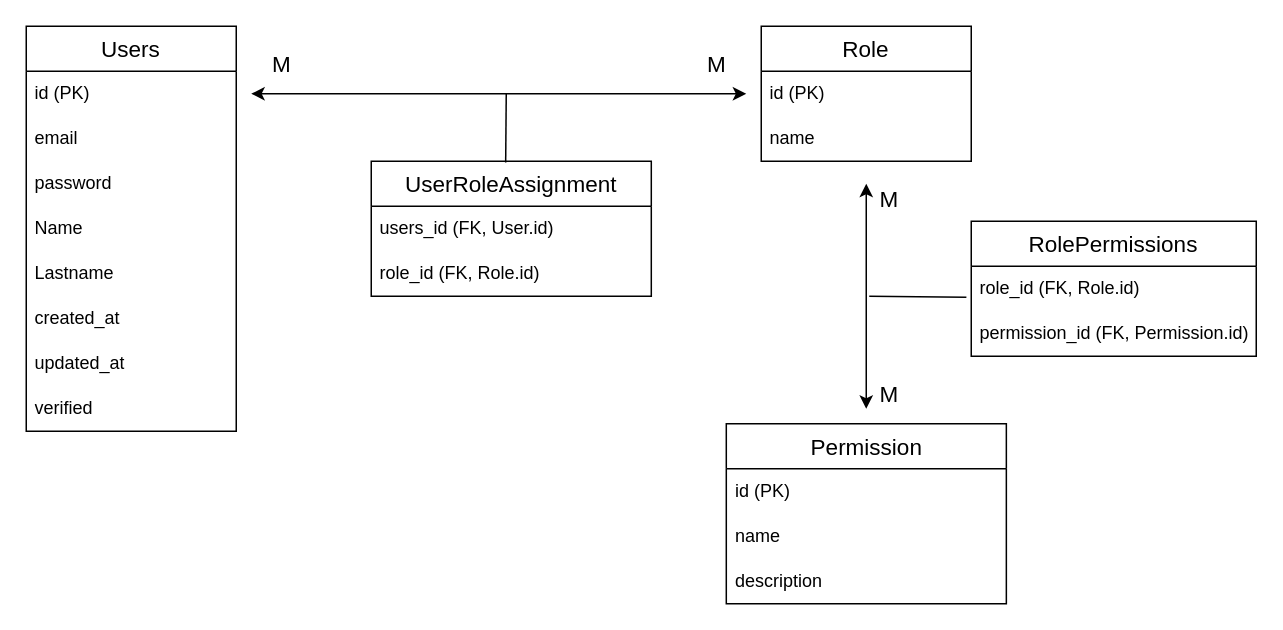
This is Base de datos/AuthService/MER AuthServiceDB.drawio from moises-ph/Nodens-documentacion, a draw.io file, before an edit. Source tidied: cells renumbered, new cells numbered last; positions are measured from the earlier drawing's top-left corner, leaving out a move shared by most shapes. Both pictures are drawn from the tidied source at 150%, with x=0, y=0 at pixel (26, 26).
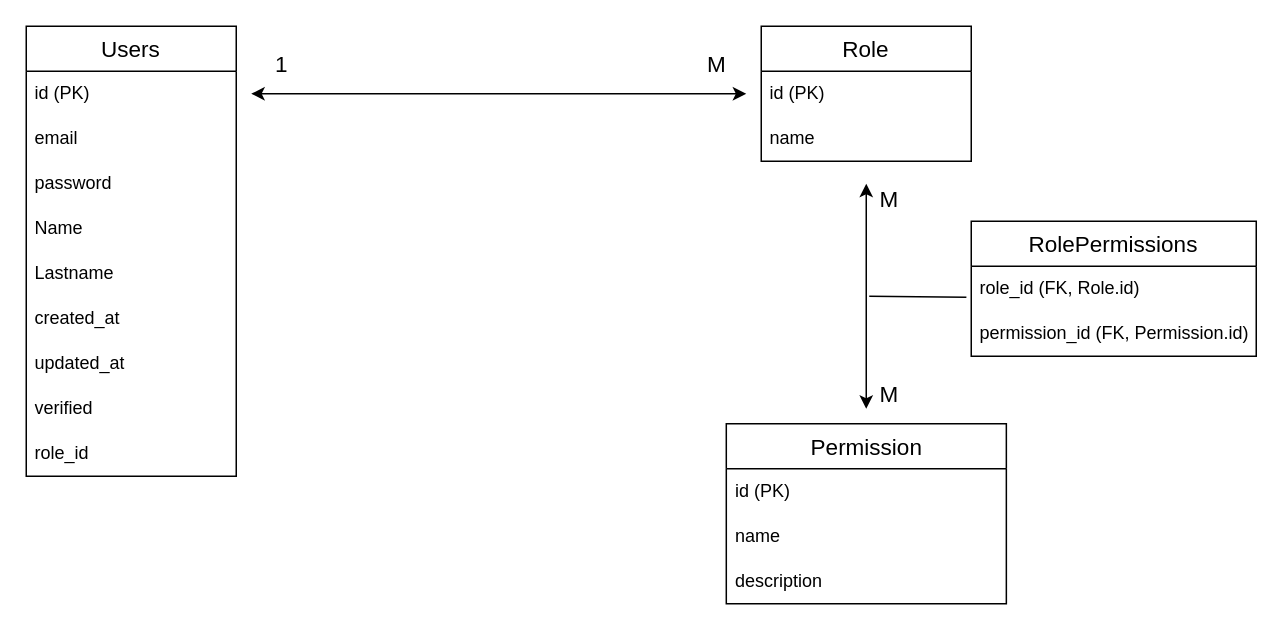
After the change.

Change to the diagram source:
```diff
@@
     <mxCell id="2" value="Users" style="swimlane;fontStyle=0;horizontal=1;startSize=30;whiteSpace=wrap;html=1;fontSize=15;" parent="1" vertex="1">
-      <mxGeometry width="140" height="270" as="geometry" />
+      <mxGeometry width="140" height="300" as="geometry" />
     </mxCell>
@@
+    <mxCell id="32" value="role_id" style="text;strokeColor=none;fillColor=none;align=left;verticalAlign=middle;spacingLeft=4;spacingRight=4;overflow=hidden;whiteSpace=wrap;html=1;" parent="2" vertex="1">
+      <mxGeometry y="270" width="140" height="30" as="geometry" />
+    </mxCell>
@@
-    <mxCell id="14" value="UserRoleAssignment" style="swimlane;fontStyle=0;horizontal=1;startSize=30;whiteSpace=wrap;html=1;fontSize=15;" parent="1" vertex="1">
-      <mxGeometry x="230" y="90" width="186.7" height="90" as="geometry" />
-    </mxCell>
-    <mxCell id="15" value="users_id (FK, User.id)" style="text;strokeColor=none;fillColor=none;align=left;verticalAlign=middle;spacingLeft=4;spacingRight=4;overflow=hidden;whiteSpace=wrap;html=1;" parent="14" vertex="1">
-      <mxGeometry y="30" width="186.7" height="30" as="geometry" />
-    </mxCell>
-    <mxCell id="16" value="role_id (FK, Role.id)" style="text;strokeColor=none;fillColor=none;align=left;verticalAlign=middle;spacingLeft=4;spacingRight=4;overflow=hidden;whiteSpace=wrap;html=1;" parent="14" vertex="1">
-      <mxGeometry y="60" width="186.7" height="30" as="geometry" />
-    </mxCell>
@@
-    <mxCell id="25" value="M" style="text;html=1;align=center;verticalAlign=middle;strokeColor=none;fillColor=none;fontSize=15;" parent="1" vertex="1">
-      <mxGeometry x="150" y="10" width="40" height="30" as="geometry" />
+    <mxCell id="25" value="1" style="text;html=1;align=center;verticalAlign=middle;strokeColor=none;fillColor=none;fontSize=15;" parent="1" vertex="1">
+      <mxGeometry x="155" y="10" width="30" height="30" as="geometry" />
     </mxCell>
@@
-    <mxCell id="27" style="endArrow=none;html=1;rounded=0;fontSize=15;exitX=0.48;exitY=0.01;exitDx=0;exitDy=0;exitPerimeter=0;" parent="1" edge="1" source="14">
-      <mxGeometry relative="1" as="geometry">
-        <mxPoint x="320" y="45" as="targetPoint" />
-      </mxGeometry>
-    </mxCell>
```
